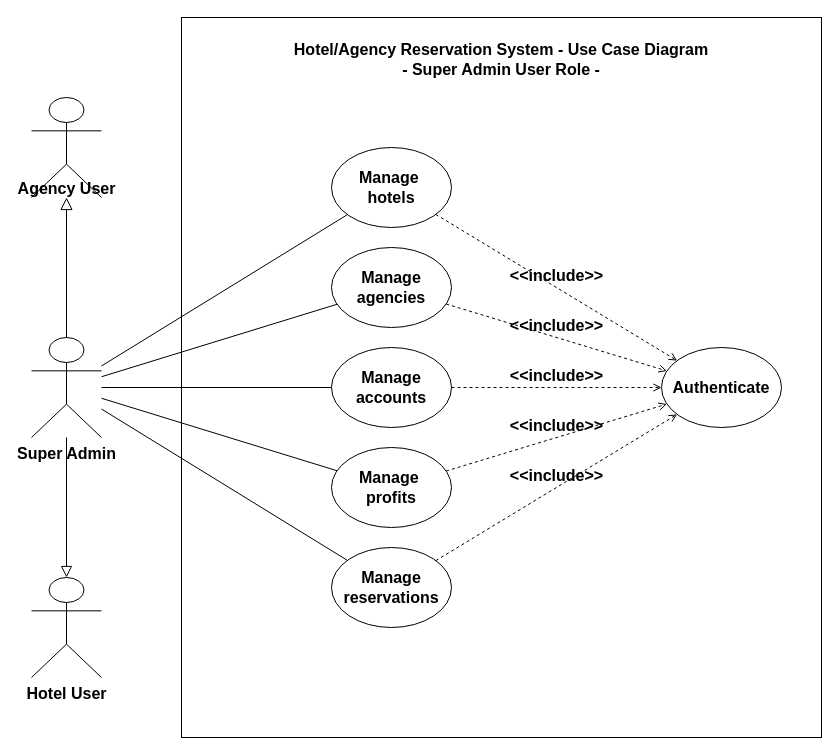
The draw.io diagram page "super admin" (3 of 3) of use_case_diagram.drawio in jawharhmidi02/resrvy_diagrams, before the edit. Source tidied: cells renumbered, new cells numbered last; positions are measured from the earlier drawing's top-left corner, leaving out a move shared by most shapes. Both pictures are drawn from the tidied source at 100%, with x=0, y=0 at pixel (31, 17).
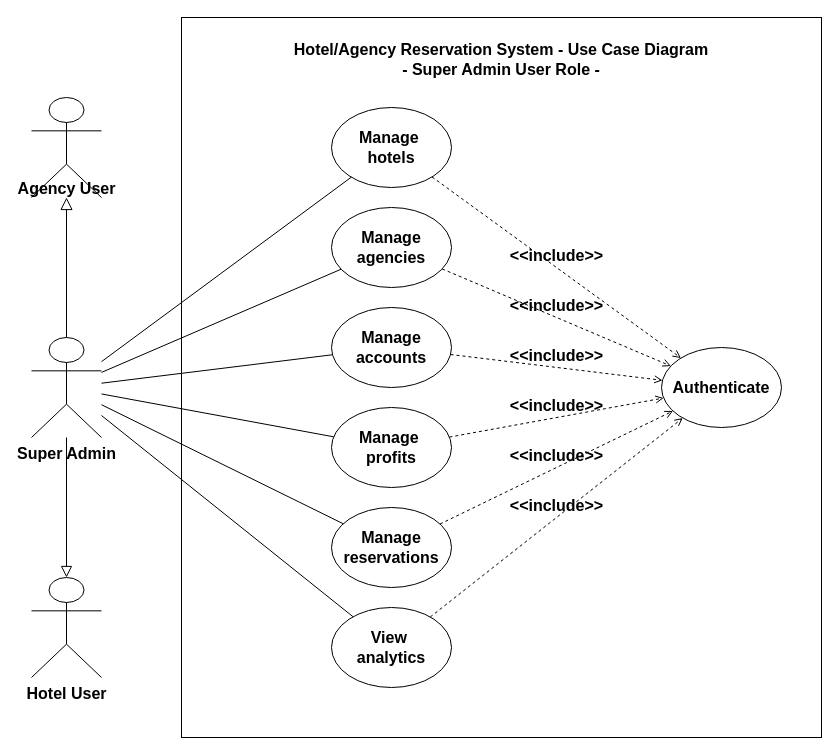
Above is the later version.

Unchanged cells that the change refers to:
```xml
<mxCell id="10" value="&lt;div&gt;Super Admin&lt;/div&gt;" style="shape=umlActor;verticalLabelPosition=bottom;verticalAlign=top;html=1;outlineConnect=0;fontSize=16;fontStyle=1;" parent="1" vertex="1">
  <mxGeometry y="320" width="70" height="100" as="geometry" />
</mxCell>
<mxCell id="20" value="Authenticate" style="ellipse;whiteSpace=wrap;html=1;fontSize=16;fontStyle=1;" parent="1" vertex="1">
  <mxGeometry x="630" y="330" width="120" height="80" as="geometry" />
</mxCell>
```

What changed in the source:
```diff
@@
     <mxCell id="4" value="&lt;div&gt;Manage accounts&lt;/div&gt;" style="ellipse;whiteSpace=wrap;html=1;fontSize=16;fontStyle=1;" parent="1" vertex="1">
-      <mxGeometry x="300" y="330" width="120" height="80" as="geometry" />
+      <mxGeometry x="300" y="290" width="120" height="80" as="geometry" />
     </mxCell>
     <mxCell id="5" value="Manage reservations" style="ellipse;whiteSpace=wrap;html=1;fontSize=16;fontStyle=1;" parent="1" vertex="1">
-      <mxGeometry x="300" y="530" width="120" height="80" as="geometry" />
+      <mxGeometry x="300" y="490" width="120" height="80" as="geometry" />
     </mxCell>
     <mxCell id="6" value="&lt;div&gt;Manage&amp;nbsp;&lt;/div&gt;&lt;div&gt;profits&lt;/div&gt;" style="ellipse;whiteSpace=wrap;html=1;fontSize=16;fontStyle=1;" parent="1" vertex="1">
-      <mxGeometry x="300" y="430" width="120" height="80" as="geometry" />
+      <mxGeometry x="300" y="390" width="120" height="80" as="geometry" />
     </mxCell>
@@
     <mxCell id="14" value="&lt;div&gt;Manage&amp;nbsp;&lt;/div&gt;&lt;div&gt;hotels&lt;/div&gt;" style="ellipse;whiteSpace=wrap;html=1;fontSize=16;fontStyle=1;" parent="1" vertex="1">
-      <mxGeometry x="300" y="130" width="120" height="80" as="geometry" />
+      <mxGeometry x="300" y="90" width="120" height="80" as="geometry" />
     </mxCell>
     <mxCell id="15" value="&lt;div&gt;Manage agencies&lt;/div&gt;" style="ellipse;whiteSpace=wrap;html=1;fontSize=16;fontStyle=1;" parent="1" vertex="1">
-      <mxGeometry x="300" y="230" width="120" height="80" as="geometry" />
+      <mxGeometry x="300" y="190" width="120" height="80" as="geometry" />
     </mxCell>
@@
+    <mxCell id="25" value="&lt;div&gt;View&amp;nbsp;&lt;/div&gt;&lt;div&gt;analytics&lt;/div&gt;" style="ellipse;whiteSpace=wrap;html=1;fontSize=16;fontStyle=1;" parent="1" vertex="1">
+      <mxGeometry x="300" y="590" width="120" height="80" as="geometry" />
+    </mxCell>
+    <mxCell id="26" value="&amp;lt;&amp;lt;include&amp;gt;&amp;gt;" style="html=1;verticalAlign=bottom;labelBackgroundColor=none;endArrow=open;endFill=0;dashed=1;rounded=0;fontSize=16;fontStyle=1;" parent="1" edge="1" source="25" target="20">
+      <mxGeometry relative="1" as="geometry" />
+    </mxCell>
+    <mxCell id="27" style="endArrow=none;html=1;rounded=0;fontSize=16;fontStyle=1;" parent="1" edge="1" source="10" target="25">
+      <mxGeometry relative="1" as="geometry" />
+    </mxCell>
```
